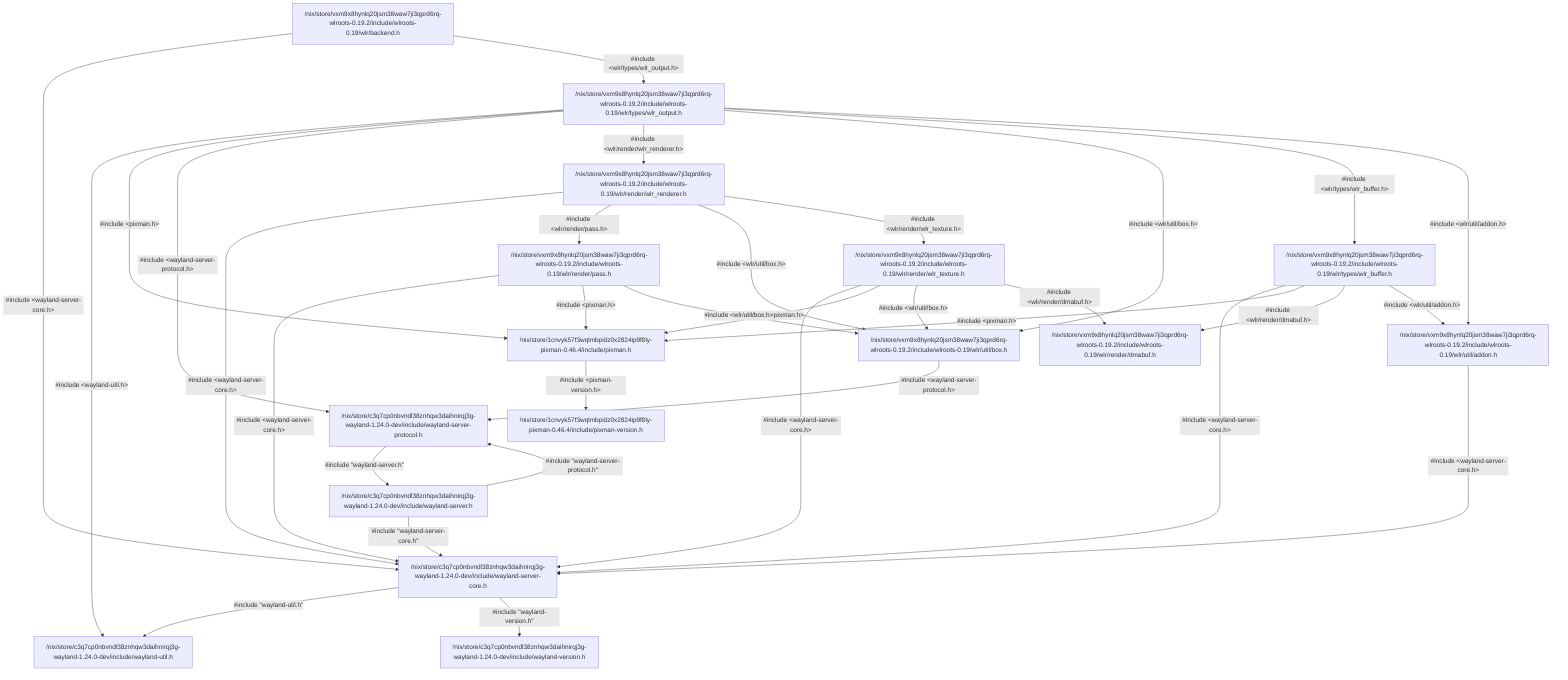
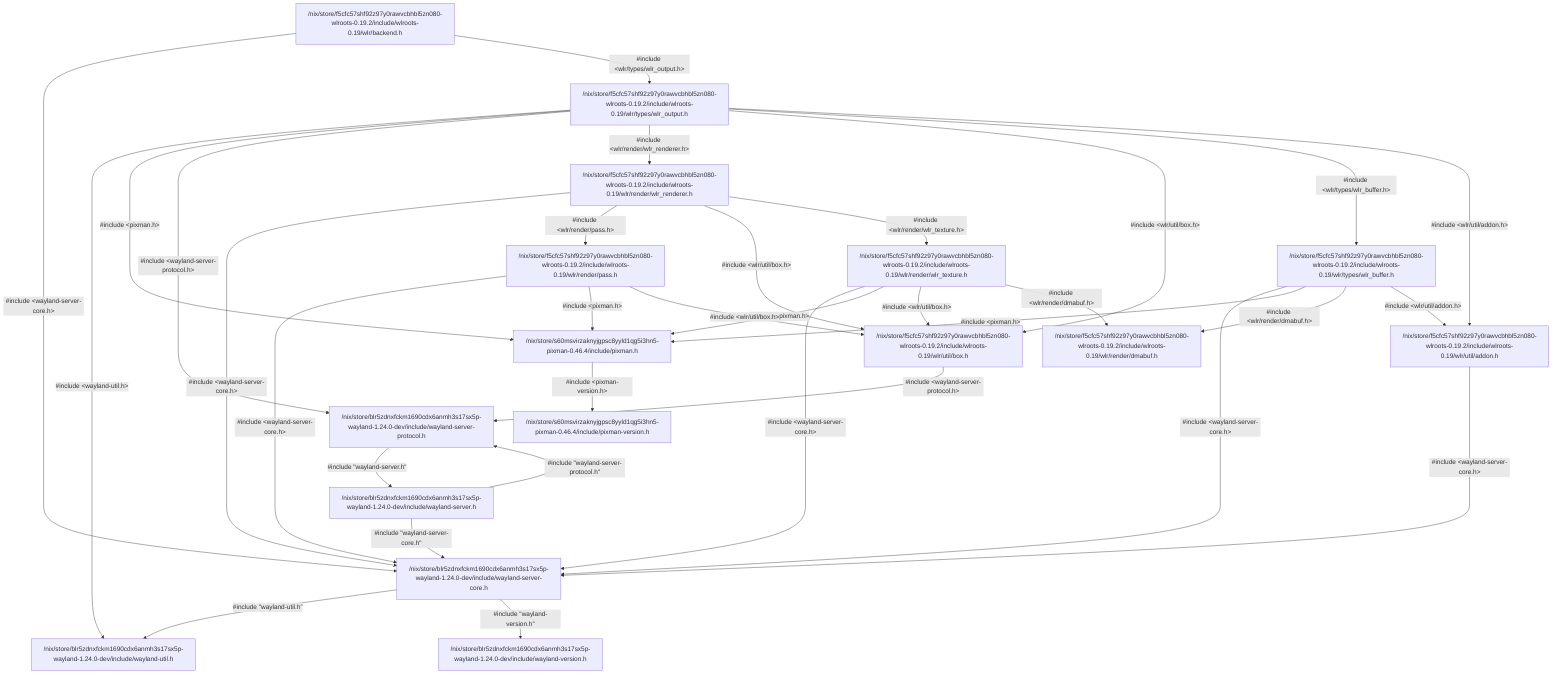
graph TD;
-   v58["/nix/store/1cnvyk57f3wqlmbpidz0x2824ip9f8ly-pixman-0.46.4/include/pixman-version.h"]
-   v57["/nix/store/1cnvyk57f3wqlmbpidz0x2824ip9f8ly-pixman-0.46.4/include/pixman.h"]
-   v2["/nix/store/c3q7cp0nbvndl38znhqw3daihnirqj3g-wayland-1.24.0-dev/include/wayland-server-core.h"]
-   v66["/nix/store/c3q7cp0nbvndl38znhqw3daihnirqj3g-wayland-1.24.0-dev/include/wayland-server-protocol.h"]
-   v67["/nix/store/c3q7cp0nbvndl38znhqw3daihnirqj3g-wayland-1.24.0-dev/include/wayland-server.h"]
-   v29["/nix/store/c3q7cp0nbvndl38znhqw3daihnirqj3g-wayland-1.24.0-dev/include/wayland-util.h"]
-   v55["/nix/store/c3q7cp0nbvndl38znhqw3daihnirqj3g-wayland-1.24.0-dev/include/wayland-version.h"]
-   v0["/nix/store/vxm9x8hynlq20jsm38waw7ji3qprd6rq-wlroots-0.19.2/include/wlroots-0.19/wlr/backend.h"]
-   v72["/nix/store/vxm9x8hynlq20jsm38waw7ji3qprd6rq-wlroots-0.19.2/include/wlroots-0.19/wlr/render/dmabuf.h"]
-   v69["/nix/store/vxm9x8hynlq20jsm38waw7ji3qprd6rq-wlroots-0.19.2/include/wlroots-0.19/wlr/render/pass.h"]
-   v68["/nix/store/vxm9x8hynlq20jsm38waw7ji3qprd6rq-wlroots-0.19.2/include/wlroots-0.19/wlr/render/wlr_renderer.h"]
-   v71["/nix/store/vxm9x8hynlq20jsm38waw7ji3qprd6rq-wlroots-0.19.2/include/wlroots-0.19/wlr/render/wlr_texture.h"]
-   v73["/nix/store/vxm9x8hynlq20jsm38waw7ji3qprd6rq-wlroots-0.19.2/include/wlroots-0.19/wlr/types/wlr_buffer.h"]
-   v56["/nix/store/vxm9x8hynlq20jsm38waw7ji3qprd6rq-wlroots-0.19.2/include/wlroots-0.19/wlr/types/wlr_output.h"]
-   v74["/nix/store/vxm9x8hynlq20jsm38waw7ji3qprd6rq-wlroots-0.19.2/include/wlroots-0.19/wlr/util/addon.h"]
-   v70["/nix/store/vxm9x8hynlq20jsm38waw7ji3qprd6rq-wlroots-0.19.2/include/wlroots-0.19/wlr/util/box.h"]
+   v2["/nix/store/blr5zdnxfckm1690cdx6anmh3s17sx5p-wayland-1.24.0-dev/include/wayland-server-core.h"]
+   v84["/nix/store/blr5zdnxfckm1690cdx6anmh3s17sx5p-wayland-1.24.0-dev/include/wayland-server-protocol.h"]
+   v85["/nix/store/blr5zdnxfckm1690cdx6anmh3s17sx5p-wayland-1.24.0-dev/include/wayland-server.h"]
+   v47["/nix/store/blr5zdnxfckm1690cdx6anmh3s17sx5p-wayland-1.24.0-dev/include/wayland-util.h"]
+   v74["/nix/store/blr5zdnxfckm1690cdx6anmh3s17sx5p-wayland-1.24.0-dev/include/wayland-version.h"]
+   v0["/nix/store/f5cfc57shf92z97y0rawvcbhbl5zn080-wlroots-0.19.2/include/wlroots-0.19/wlr/backend.h"]
+   v90["/nix/store/f5cfc57shf92z97y0rawvcbhbl5zn080-wlroots-0.19.2/include/wlroots-0.19/wlr/render/dmabuf.h"]
+   v87["/nix/store/f5cfc57shf92z97y0rawvcbhbl5zn080-wlroots-0.19.2/include/wlroots-0.19/wlr/render/pass.h"]
+   v86["/nix/store/f5cfc57shf92z97y0rawvcbhbl5zn080-wlroots-0.19.2/include/wlroots-0.19/wlr/render/wlr_renderer.h"]
+   v89["/nix/store/f5cfc57shf92z97y0rawvcbhbl5zn080-wlroots-0.19.2/include/wlroots-0.19/wlr/render/wlr_texture.h"]
+   v91["/nix/store/f5cfc57shf92z97y0rawvcbhbl5zn080-wlroots-0.19.2/include/wlroots-0.19/wlr/types/wlr_buffer.h"]
+   v75["/nix/store/f5cfc57shf92z97y0rawvcbhbl5zn080-wlroots-0.19.2/include/wlroots-0.19/wlr/types/wlr_output.h"]
+   v92["/nix/store/f5cfc57shf92z97y0rawvcbhbl5zn080-wlroots-0.19.2/include/wlroots-0.19/wlr/util/addon.h"]
+   v88["/nix/store/f5cfc57shf92z97y0rawvcbhbl5zn080-wlroots-0.19.2/include/wlroots-0.19/wlr/util/box.h"]
+   v77["/nix/store/s60msvirzaknyjgpsc8yyld1qg5i3hn5-pixman-0.46.4/include/pixman-version.h"]
+   v76["/nix/store/s60msvirzaknyjgpsc8yyld1qg5i3hn5-pixman-0.46.4/include/pixman.h"]
  v0-->|"#include &lt;wayland-server-core.h&gt;"|v2
-   v67-->|"#include &quot;wayland-server-core.h&quot;"|v2
-   v68-->|"#include &lt;wayland-server-core.h&gt;"|v2
-   v69-->|"#include &lt;wayland-server-core.h&gt;"|v2
-   v71-->|"#include &lt;wayland-server-core.h&gt;"|v2
-   v73-->|"#include &lt;wayland-server-core.h&gt;"|v2
-   v74-->|"#include &lt;wayland-server-core.h&gt;"|v2
-   v2-->|"#include &quot;wayland-util.h&quot;"|v29
-   v56-->|"#include &lt;wayland-util.h&gt;"|v29
-   v2-->|"#include &quot;wayland-version.h&quot;"|v55
-   v0-->|"#include &lt;wlr/types/wlr_output.h&gt;"|v56
-   v56-->|"#include &lt;pixman.h&gt;"|v57
-   v69-->|"#include &lt;pixman.h&gt;"|v57
-   v71-->|"#include &lt;pixman.h&gt;"|v57
-   v73-->|"#include &lt;pixman.h&gt;"|v57
-   v57-->|"#include &lt;pixman-version.h&gt;"|v58
-   v56-->|"#include &lt;wayland-server-protocol.h&gt;"|v66
-   v67-->|"#include &quot;wayland-server-protocol.h&quot;"|v66
-   v70-->|"#include &lt;wayland-server-protocol.h&gt;"|v66
-   v66-->|"#include &quot;wayland-server.h&quot;"|v67
-   v56-->|"#include &lt;wlr/render/wlr_renderer.h&gt;"|v68
-   v68-->|"#include &lt;wlr/render/pass.h&gt;"|v69
-   v56-->|"#include &lt;wlr/util/box.h&gt;"|v70
-   v68-->|"#include &lt;wlr/util/box.h&gt;"|v70
-   v69-->|"#include &lt;wlr/util/box.h&gt;"|v70
-   v71-->|"#include &lt;wlr/util/box.h&gt;"|v70
-   v68-->|"#include &lt;wlr/render/wlr_texture.h&gt;"|v71
-   v71-->|"#include &lt;wlr/render/dmabuf.h&gt;"|v72
-   v73-->|"#include &lt;wlr/render/dmabuf.h&gt;"|v72
-   v56-->|"#include &lt;wlr/types/wlr_buffer.h&gt;"|v73
-   v56-->|"#include &lt;wlr/util/addon.h&gt;"|v74
-   v73-->|"#include &lt;wlr/util/addon.h&gt;"|v74
+   v85-->|"#include &quot;wayland-server-core.h&quot;"|v2
+   v86-->|"#include &lt;wayland-server-core.h&gt;"|v2
+   v87-->|"#include &lt;wayland-server-core.h&gt;"|v2
+   v89-->|"#include &lt;wayland-server-core.h&gt;"|v2
+   v91-->|"#include &lt;wayland-server-core.h&gt;"|v2
+   v92-->|"#include &lt;wayland-server-core.h&gt;"|v2
+   v2-->|"#include &quot;wayland-util.h&quot;"|v47
+   v75-->|"#include &lt;wayland-util.h&gt;"|v47
+   v2-->|"#include &quot;wayland-version.h&quot;"|v74
+   v0-->|"#include &lt;wlr/types/wlr_output.h&gt;"|v75
+   v75-->|"#include &lt;pixman.h&gt;"|v76
+   v87-->|"#include &lt;pixman.h&gt;"|v76
+   v89-->|"#include &lt;pixman.h&gt;"|v76
+   v91-->|"#include &lt;pixman.h&gt;"|v76
+   v76-->|"#include &lt;pixman-version.h&gt;"|v77
+   v75-->|"#include &lt;wayland-server-protocol.h&gt;"|v84
+   v85-->|"#include &quot;wayland-server-protocol.h&quot;"|v84
+   v88-->|"#include &lt;wayland-server-protocol.h&gt;"|v84
+   v84-->|"#include &quot;wayland-server.h&quot;"|v85
+   v75-->|"#include &lt;wlr/render/wlr_renderer.h&gt;"|v86
+   v86-->|"#include &lt;wlr/render/pass.h&gt;"|v87
+   v75-->|"#include &lt;wlr/util/box.h&gt;"|v88
+   v86-->|"#include &lt;wlr/util/box.h&gt;"|v88
+   v87-->|"#include &lt;wlr/util/box.h&gt;"|v88
+   v89-->|"#include &lt;wlr/util/box.h&gt;"|v88
+   v86-->|"#include &lt;wlr/render/wlr_texture.h&gt;"|v89
+   v89-->|"#include &lt;wlr/render/dmabuf.h&gt;"|v90
+   v91-->|"#include &lt;wlr/render/dmabuf.h&gt;"|v90
+   v75-->|"#include &lt;wlr/types/wlr_buffer.h&gt;"|v91
+   v75-->|"#include &lt;wlr/util/addon.h&gt;"|v92
+   v91-->|"#include &lt;wlr/util/addon.h&gt;"|v92
